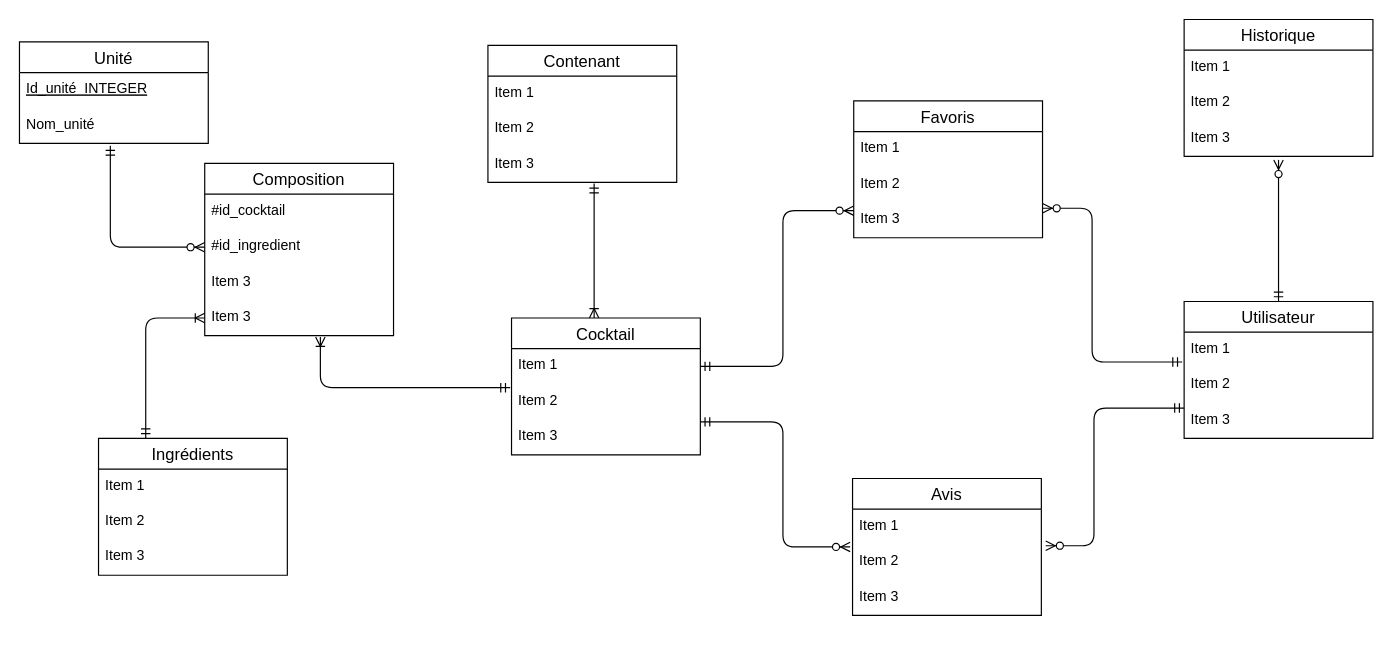
snouatin/ProjetInfo2A keeps this draw.io diagram as Diagramme de Base de données.drawio. Above is the earlier version. Source tidied: cells renumbered, new cells numbered last; positions are measured from the earlier drawing's top-left corner, leaving out a move shared by most shapes. Both pictures are drawn from the tidied source at 118%, with x=0, y=0 at pixel (19, 19).
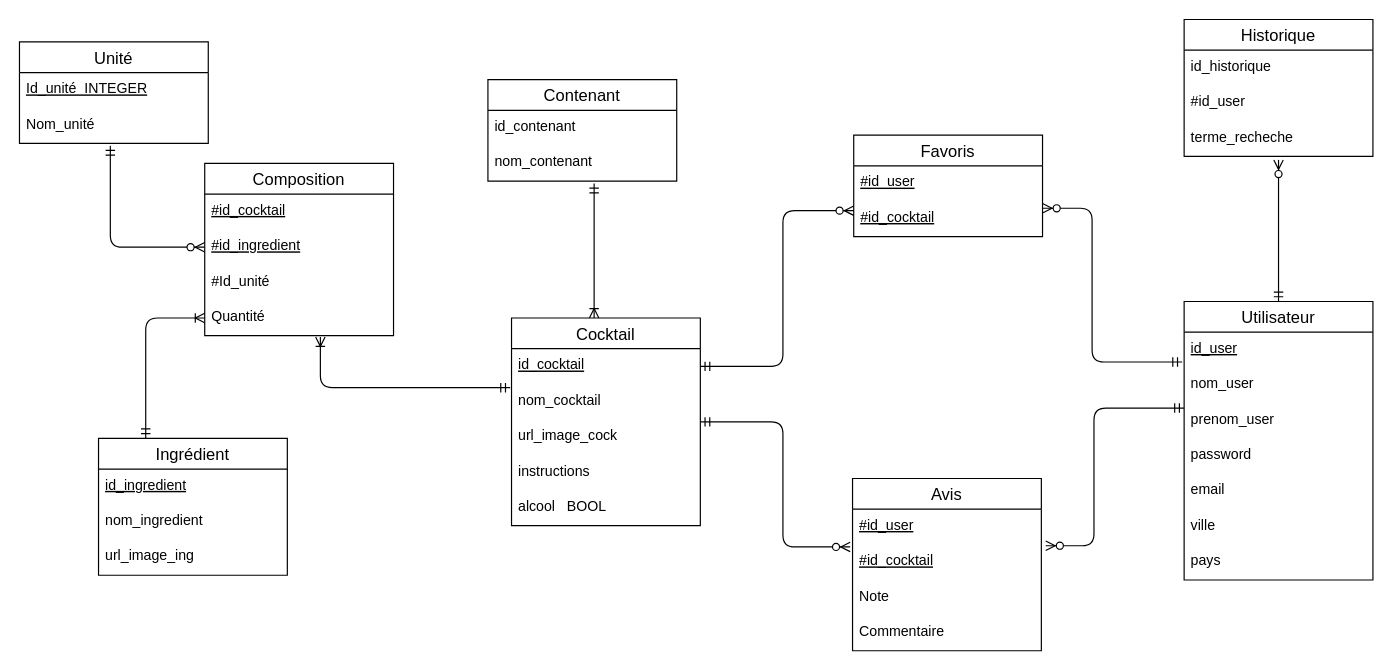
The same diagram, later.

Unchanged cells that the change refers to:
```xml
<mxCell id="6" value="Composition" style="swimlane;fontStyle=0;horizontal=1;startSize=26;align=center;fontSize=14;" parent="1" vertex="1">
  <mxGeometry x="157" y="122" width="160" height="146" as="geometry" />
</mxCell>
<mxCell id="42" value="Historique" style="swimlane;fontStyle=0;horizontal=1;startSize=26;align=center;fontSize=14;" parent="1" vertex="1">
  <mxGeometry x="987" width="160" height="116" as="geometry" />
</mxCell>
```

The edit, as a diff of the source:
```diff
@@
-    <mxCell id="2" value="Ingrédients" style="swimlane;fontStyle=0;horizontal=1;startSize=26;align=center;fontSize=14;" parent="1" vertex="1">
+    <mxCell id="2" value="Ingrédient" style="swimlane;fontStyle=0;horizontal=1;startSize=26;align=center;fontSize=14;" parent="1" vertex="1">
       <mxGeometry x="67" y="355" width="160" height="116" as="geometry" />
     </mxCell>
-    <mxCell id="3" value="Item 1" style="text;strokeColor=none;fillColor=none;spacingLeft=4;spacingRight=4;overflow=hidden;fontSize=12;" parent="2" vertex="1">
+    <mxCell id="3" value="id_ingredient" style="text;strokeColor=none;fillColor=none;spacingLeft=4;spacingRight=4;overflow=hidden;fontSize=12;fontStyle=4;" parent="2" vertex="1">
       <mxGeometry y="26" width="160" height="30" as="geometry" />
     </mxCell>
-    <mxCell id="4" value="Item 2" style="text;strokeColor=none;fillColor=none;spacingLeft=4;spacingRight=4;overflow=hidden;fontSize=12;" parent="2" vertex="1">
+    <mxCell id="4" value="nom_ingredient" style="text;strokeColor=none;fillColor=none;spacingLeft=4;spacingRight=4;overflow=hidden;fontSize=12;" parent="2" vertex="1">
       <mxGeometry y="56" width="160" height="30" as="geometry" />
     </mxCell>
-    <mxCell id="5" value="Item 3" style="text;strokeColor=none;fillColor=none;spacingLeft=4;spacingRight=4;overflow=hidden;fontSize=12;" parent="2" vertex="1">
+    <mxCell id="5" value="url_image_ing" style="text;strokeColor=none;fillColor=none;spacingLeft=4;spacingRight=4;overflow=hidden;fontSize=12;" parent="2" vertex="1">
       <mxGeometry y="86" width="160" height="30" as="geometry" />
     </mxCell>
@@
-    <mxCell id="7" value="#id_cocktail" style="text;strokeColor=none;fillColor=none;spacingLeft=4;spacingRight=4;overflow=hidden;fontSize=12;" parent="6" vertex="1">
+    <mxCell id="7" value="#id_cocktail" style="text;strokeColor=none;fillColor=none;spacingLeft=4;spacingRight=4;overflow=hidden;fontSize=12;fontStyle=4;" parent="6" vertex="1">
       <mxGeometry y="26" width="160" height="30" as="geometry" />
     </mxCell>
-    <mxCell id="8" value="#id_ingredient" style="text;strokeColor=none;fillColor=none;spacingLeft=4;spacingRight=4;overflow=hidden;points=[[0,0.5],[1,0.5]];portConstraint=eastwest;fontSize=12;" parent="6" vertex="1">
+    <mxCell id="8" value="#id_ingredient" style="text;strokeColor=none;fillColor=none;spacingLeft=4;spacingRight=4;overflow=hidden;points=[[0,0.5],[1,0.5]];portConstraint=eastwest;fontSize=12;fontStyle=4;" parent="6" vertex="1">
       <mxGeometry y="56" width="160" height="30" as="geometry" />
     </mxCell>
-    <mxCell id="9" value="Item 3" style="text;strokeColor=none;fillColor=none;spacingLeft=4;spacingRight=4;overflow=hidden;fontSize=12;" parent="6" vertex="1">
+    <mxCell id="9" value="#Id_unité" style="text;strokeColor=none;fillColor=none;spacingLeft=4;spacingRight=4;overflow=hidden;fontSize=12;" parent="6" vertex="1">
       <mxGeometry y="86" width="160" height="30" as="geometry" />
     </mxCell>
-    <mxCell id="10" value="Item 3" style="text;strokeColor=none;fillColor=none;spacingLeft=4;spacingRight=4;overflow=hidden;points=[[0,0.5],[1,0.5]];portConstraint=eastwest;fontSize=12;" parent="6" vertex="1">
+    <mxCell id="10" value="Quantité" style="text;strokeColor=none;fillColor=none;spacingLeft=4;spacingRight=4;overflow=hidden;points=[[0,0.5],[1,0.5]];portConstraint=eastwest;fontSize=12;" parent="6" vertex="1">
       <mxGeometry y="116" width="160" height="30" as="geometry" />
     </mxCell>
@@
     <mxCell id="14" value="Cocktail" style="swimlane;fontStyle=0;horizontal=1;startSize=26;align=center;fontSize=14;" parent="1" vertex="1">
-      <mxGeometry x="417" y="253" width="160" height="116" as="geometry" />
+      <mxGeometry x="417" y="253" width="160" height="176" as="geometry" />
     </mxCell>
-    <mxCell id="15" value="Item 1" style="text;strokeColor=none;fillColor=none;spacingLeft=4;spacingRight=4;overflow=hidden;points=[[0,0.5],[1,0.5]];portConstraint=eastwest;fontSize=12;" parent="14" vertex="1">
+    <mxCell id="15" value="id_cocktail" style="text;strokeColor=none;fillColor=none;spacingLeft=4;spacingRight=4;overflow=hidden;points=[[0,0.5],[1,0.5]];portConstraint=eastwest;fontSize=12;fontStyle=4;" parent="14" vertex="1">
       <mxGeometry y="26" width="160" height="30" as="geometry" />
     </mxCell>
-    <mxCell id="16" value="Item 2" style="text;strokeColor=none;fillColor=none;spacingLeft=4;spacingRight=4;overflow=hidden;points=[[0,0.5],[1,0.5]];portConstraint=eastwest;fontSize=12;" parent="14" vertex="1">
+    <mxCell id="16" value="nom_cocktail" style="text;strokeColor=none;fillColor=none;spacingLeft=4;spacingRight=4;overflow=hidden;points=[[0,0.5],[1,0.5]];portConstraint=eastwest;fontSize=12;" parent="14" vertex="1">
       <mxGeometry y="56" width="160" height="30" as="geometry" />
     </mxCell>
-    <mxCell id="17" value="Item 3" style="text;strokeColor=none;fillColor=none;spacingLeft=4;spacingRight=4;overflow=hidden;fontSize=12;" parent="14" vertex="1">
+    <mxCell id="17" value="url_image_cock" style="text;strokeColor=none;fillColor=none;spacingLeft=4;spacingRight=4;overflow=hidden;fontSize=12;" parent="14" vertex="1">
       <mxGeometry y="86" width="160" height="30" as="geometry" />
     </mxCell>
+    <mxCell id="47" value="instructions" style="text;strokeColor=none;fillColor=none;spacingLeft=4;spacingRight=4;overflow=hidden;fontSize=12;" parent="14" vertex="1">
+      <mxGeometry y="116" width="160" height="30" as="geometry" />
+    </mxCell>
+    <mxCell id="48" value="alcool   BOOL" style="text;strokeColor=none;fillColor=none;spacingLeft=4;spacingRight=4;overflow=hidden;fontSize=12;" parent="14" vertex="1">
+      <mxGeometry y="146" width="160" height="30" as="geometry" />
+    </mxCell>
     <mxCell id="18" value="Favoris" style="swimlane;fontStyle=0;horizontal=1;startSize=26;align=center;fontSize=14;" parent="1" vertex="1">
-      <mxGeometry x="707" y="69" width="160" height="116" as="geometry" />
+      <mxGeometry x="707" y="98" width="160" height="86" as="geometry" />
     </mxCell>
-    <mxCell id="19" value="Item 1" style="text;strokeColor=none;fillColor=none;spacingLeft=4;spacingRight=4;overflow=hidden;fontSize=12;" parent="18" vertex="1">
-      <mxGeometry y="26" width="160" height="30" as="geometry" />
-    </mxCell>
-    <mxCell id="20" value="Item 2" style="text;strokeColor=none;fillColor=none;spacingLeft=4;spacingRight=4;overflow=hidden;fontSize=12;" parent="18" vertex="1">
-      <mxGeometry y="56" width="160" height="30" as="geometry" />
+    <mxCell id="20" value="#id_user" style="text;strokeColor=none;fillColor=none;spacingLeft=4;spacingRight=4;overflow=hidden;fontSize=12;fontStyle=4;" parent="18" vertex="1">
+      <mxGeometry y="26" width="160" height="30" as="geometry" />
     </mxCell>
-    <mxCell id="21" value="Item 3" style="text;strokeColor=none;fillColor=none;spacingLeft=4;spacingRight=4;overflow=hidden;fontSize=12;" parent="18" vertex="1">
-      <mxGeometry y="86" width="160" height="30" as="geometry" />
+    <mxCell id="21" value="#id_cocktail" style="text;strokeColor=none;fillColor=none;spacingLeft=4;spacingRight=4;overflow=hidden;fontSize=12;fontStyle=4;" parent="18" vertex="1">
+      <mxGeometry y="56" width="160" height="30" as="geometry" />
     </mxCell>
     <mxCell id="22" value="Avis" style="swimlane;fontStyle=0;horizontal=1;startSize=26;align=center;fontSize=14;" parent="1" vertex="1">
-      <mxGeometry x="706" y="389" width="160" height="116" as="geometry" />
+      <mxGeometry x="706" y="389" width="160" height="146" as="geometry" />
     </mxCell>
-    <mxCell id="23" value="Item 1" style="text;strokeColor=none;fillColor=none;spacingLeft=4;spacingRight=4;overflow=hidden;fontSize=12;" parent="22" vertex="1">
+    <mxCell id="23" value="#id_user" style="text;strokeColor=none;fillColor=none;spacingLeft=4;spacingRight=4;overflow=hidden;fontSize=12;fontStyle=4;" parent="22" vertex="1">
       <mxGeometry y="26" width="160" height="30" as="geometry" />
     </mxCell>
-    <mxCell id="24" value="Item 2" style="text;strokeColor=none;fillColor=none;spacingLeft=4;spacingRight=4;overflow=hidden;points=[[0,0.5],[1,0.5]];portConstraint=eastwest;fontSize=12;" parent="22" vertex="1">
+    <mxCell id="24" value="#id_cocktail" style="text;strokeColor=none;fillColor=none;spacingLeft=4;spacingRight=4;overflow=hidden;points=[[0,0.5],[1,0.5]];portConstraint=eastwest;fontSize=12;fontStyle=4;" parent="22" vertex="1">
       <mxGeometry y="56" width="160" height="30" as="geometry" />
     </mxCell>
-    <mxCell id="25" value="Item 3" style="text;strokeColor=none;fillColor=none;spacingLeft=4;spacingRight=4;overflow=hidden;fontSize=12;" parent="22" vertex="1">
+    <mxCell id="25" value="Note" style="text;strokeColor=none;fillColor=none;spacingLeft=4;spacingRight=4;overflow=hidden;fontSize=12;" parent="22" vertex="1">
       <mxGeometry y="86" width="160" height="30" as="geometry" />
     </mxCell>
+    <mxCell id="49" value="Commentaire" style="text;strokeColor=none;fillColor=none;spacingLeft=4;spacingRight=4;overflow=hidden;fontSize=12;" parent="22" vertex="1">
+      <mxGeometry y="116" width="160" height="30" as="geometry" />
+    </mxCell>
@@
     <mxCell id="30" value="Contenant" style="swimlane;fontStyle=0;horizontal=1;startSize=26;align=center;fontSize=14;" parent="1" vertex="1">
-      <mxGeometry x="397" y="22" width="160" height="116" as="geometry" />
+      <mxGeometry x="397" y="51" width="160" height="86" as="geometry" />
     </mxCell>
-    <mxCell id="31" value="Item 1" style="text;strokeColor=none;fillColor=none;spacingLeft=4;spacingRight=4;overflow=hidden;fontSize=12;" parent="30" vertex="1">
+    <mxCell id="31" value="id_contenant" style="text;strokeColor=none;fillColor=none;spacingLeft=4;spacingRight=4;overflow=hidden;fontSize=12;" parent="30" vertex="1">
       <mxGeometry y="26" width="160" height="30" as="geometry" />
     </mxCell>
-    <mxCell id="32" value="Item 2" style="text;strokeColor=none;fillColor=none;spacingLeft=4;spacingRight=4;overflow=hidden;fontSize=12;" parent="30" vertex="1">
+    <mxCell id="32" value="nom_contenant" style="text;strokeColor=none;fillColor=none;spacingLeft=4;spacingRight=4;overflow=hidden;fontSize=12;" parent="30" vertex="1">
       <mxGeometry y="56" width="160" height="30" as="geometry" />
     </mxCell>
-    <mxCell id="33" value="Item 3" style="text;strokeColor=none;fillColor=none;spacingLeft=4;spacingRight=4;overflow=hidden;fontSize=12;" parent="30" vertex="1">
-      <mxGeometry y="86" width="160" height="30" as="geometry" />
-    </mxCell>
@@
     <mxCell id="36" value="Utilisateur" style="swimlane;fontStyle=0;horizontal=1;startSize=26;align=center;fontSize=14;" parent="1" vertex="1">
-      <mxGeometry x="987" y="239" width="160" height="116" as="geometry" />
+      <mxGeometry x="987" y="239" width="160" height="236" as="geometry" />
     </mxCell>
-    <mxCell id="37" value="Item 1" style="text;strokeColor=none;fillColor=none;spacingLeft=4;spacingRight=4;overflow=hidden;fontSize=12;" parent="36" vertex="1">
+    <mxCell id="37" value="id_user" style="text;strokeColor=none;fillColor=none;spacingLeft=4;spacingRight=4;overflow=hidden;fontSize=12;fontStyle=4;" parent="36" vertex="1">
       <mxGeometry y="26" width="160" height="30" as="geometry" />
     </mxCell>
-    <mxCell id="38" value="Item 2" style="text;strokeColor=none;fillColor=none;spacingLeft=4;spacingRight=4;overflow=hidden;points=[[0,0.5],[1,0.5]];portConstraint=eastwest;fontSize=12;" parent="36" vertex="1">
+    <mxCell id="38" value="nom_user" style="text;strokeColor=none;fillColor=none;spacingLeft=4;spacingRight=4;overflow=hidden;points=[[0,0.5],[1,0.5]];portConstraint=eastwest;fontSize=12;" parent="36" vertex="1">
       <mxGeometry y="56" width="160" height="30" as="geometry" />
     </mxCell>
-    <mxCell id="39" value="Item 3" style="text;strokeColor=none;fillColor=none;spacingLeft=4;spacingRight=4;overflow=hidden;fontSize=12;" parent="36" vertex="1">
+    <mxCell id="39" value="prenom_user" style="text;strokeColor=none;fillColor=none;spacingLeft=4;spacingRight=4;overflow=hidden;fontSize=12;" parent="36" vertex="1">
       <mxGeometry y="86" width="160" height="30" as="geometry" />
     </mxCell>
+    <mxCell id="50" value="password" style="text;strokeColor=none;fillColor=none;spacingLeft=4;spacingRight=4;overflow=hidden;fontSize=12;" parent="36" vertex="1">
+      <mxGeometry y="116" width="160" height="30" as="geometry" />
+    </mxCell>
+    <mxCell id="51" value="email" style="text;strokeColor=none;fillColor=none;spacingLeft=4;spacingRight=4;overflow=hidden;fontSize=12;" parent="36" vertex="1">
+      <mxGeometry y="146" width="160" height="30" as="geometry" />
+    </mxCell>
+    <mxCell id="52" value="ville" style="text;strokeColor=none;fillColor=none;spacingLeft=4;spacingRight=4;overflow=hidden;fontSize=12;" parent="36" vertex="1">
+      <mxGeometry y="176" width="160" height="30" as="geometry" />
+    </mxCell>
+    <mxCell id="53" value="pays" style="text;strokeColor=none;fillColor=none;spacingLeft=4;spacingRight=4;overflow=hidden;fontSize=12;" parent="36" vertex="1">
+      <mxGeometry y="206" width="160" height="30" as="geometry" />
+    </mxCell>
@@
-    <mxCell id="43" value="Item 1" style="text;strokeColor=none;fillColor=none;spacingLeft=4;spacingRight=4;overflow=hidden;fontSize=12;" parent="42" vertex="1">
+    <mxCell id="43" value="id_historique" style="text;strokeColor=none;fillColor=none;spacingLeft=4;spacingRight=4;overflow=hidden;fontSize=12;" parent="42" vertex="1">
       <mxGeometry y="26" width="160" height="30" as="geometry" />
     </mxCell>
-    <mxCell id="44" value="Item 2" style="text;strokeColor=none;fillColor=none;spacingLeft=4;spacingRight=4;overflow=hidden;fontSize=12;" parent="42" vertex="1">
+    <mxCell id="44" value="#id_user" style="text;strokeColor=none;fillColor=none;spacingLeft=4;spacingRight=4;overflow=hidden;fontSize=12;" parent="42" vertex="1">
       <mxGeometry y="56" width="160" height="30" as="geometry" />
     </mxCell>
-    <mxCell id="45" value="Item 3" style="text;strokeColor=none;fillColor=none;spacingLeft=4;spacingRight=4;overflow=hidden;fontSize=12;" parent="42" vertex="1">
+    <mxCell id="45" value="terme_recheche" style="text;strokeColor=none;fillColor=none;spacingLeft=4;spacingRight=4;overflow=hidden;fontSize=12;" parent="42" vertex="1">
       <mxGeometry y="86" width="160" height="30" as="geometry" />
     </mxCell>
```
